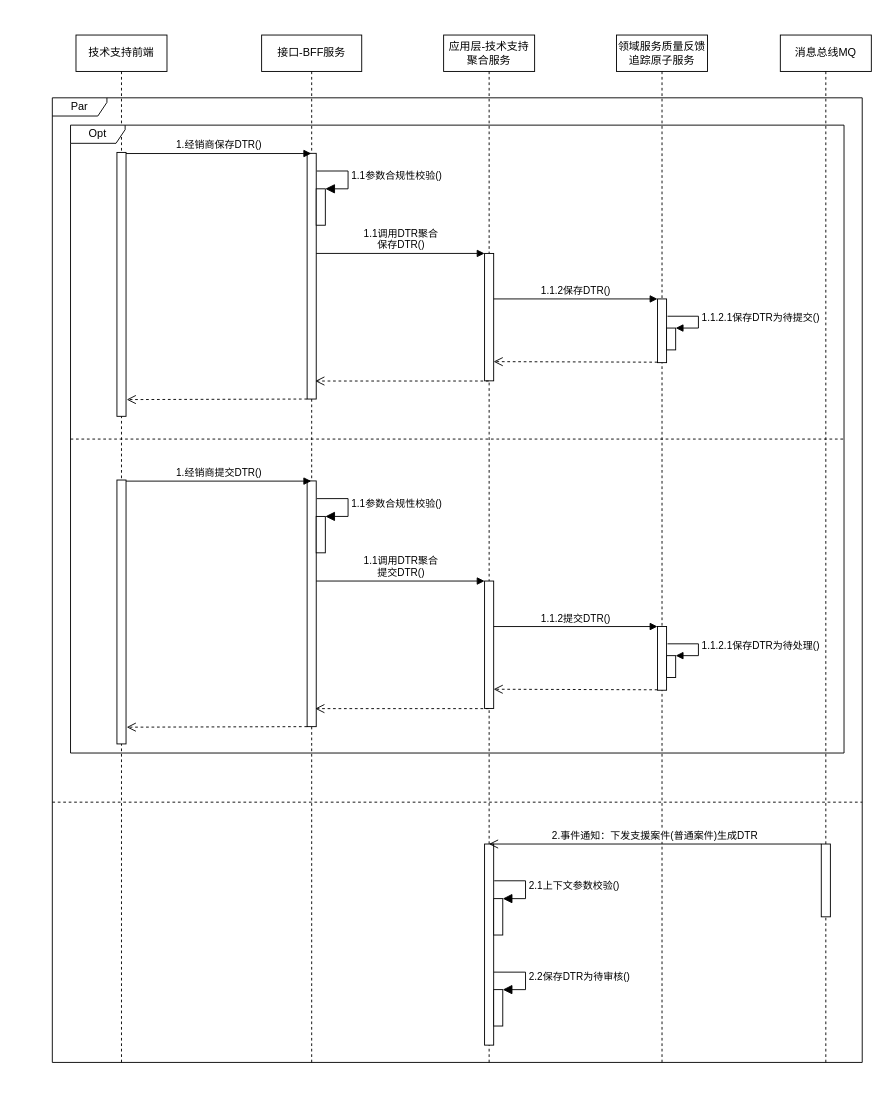
This is page "DTR行为设计-创建" (3 of 7) of images/DTR时序图.drawio from 1132489442/designer, a draw.io file, before an edit. Source tidied: cells renumbered, new cells numbered last; positions are measured from the earlier drawing's top-left corner, leaving out a move shared by most shapes. Both pictures are drawn from the tidied source at 91%, with x=0, y=0 at pixel (52, 35).
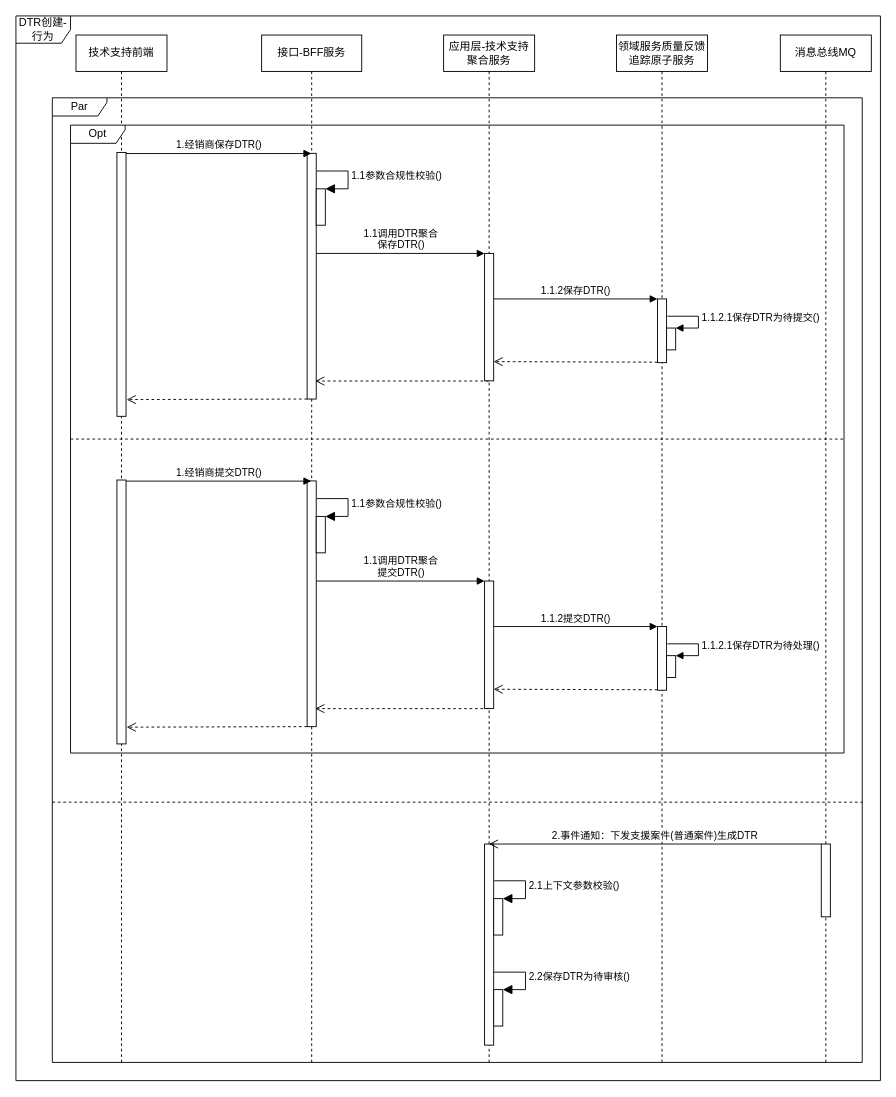
The same diagram, later.

The edit, as a diff of the source:
```diff
@@
+    <mxCell id="46" value="DTR创建-行为" style="shape=umlFrame;whiteSpace=wrap;html=1;" parent="1" vertex="1">
+      <mxGeometry x="-40" y="-21" width="950" height="1170" as="geometry" />
+    </mxCell>
```
